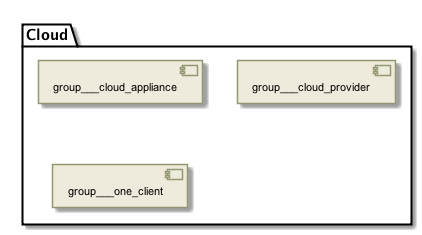
The PlantUML diagram _images/plantuml-a5ba6e2e2be3eef930da9311f255e1180f4eff3d.png in Terradue/doc-tep-geohazards-arch, before a commit.
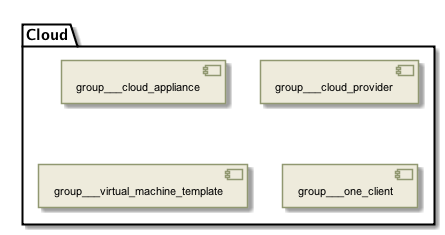
After the commit.

Diff of the diagram source:
```diff
@@ -139,6 +139,7 @@
 folder "Cloud" [[../computational/components/group___cloud.html]] {
 [group___cloud_appliance]
 [group___cloud_provider]
+[group___virtual_machine_template]
 [group___one_client]
 }
 
```
